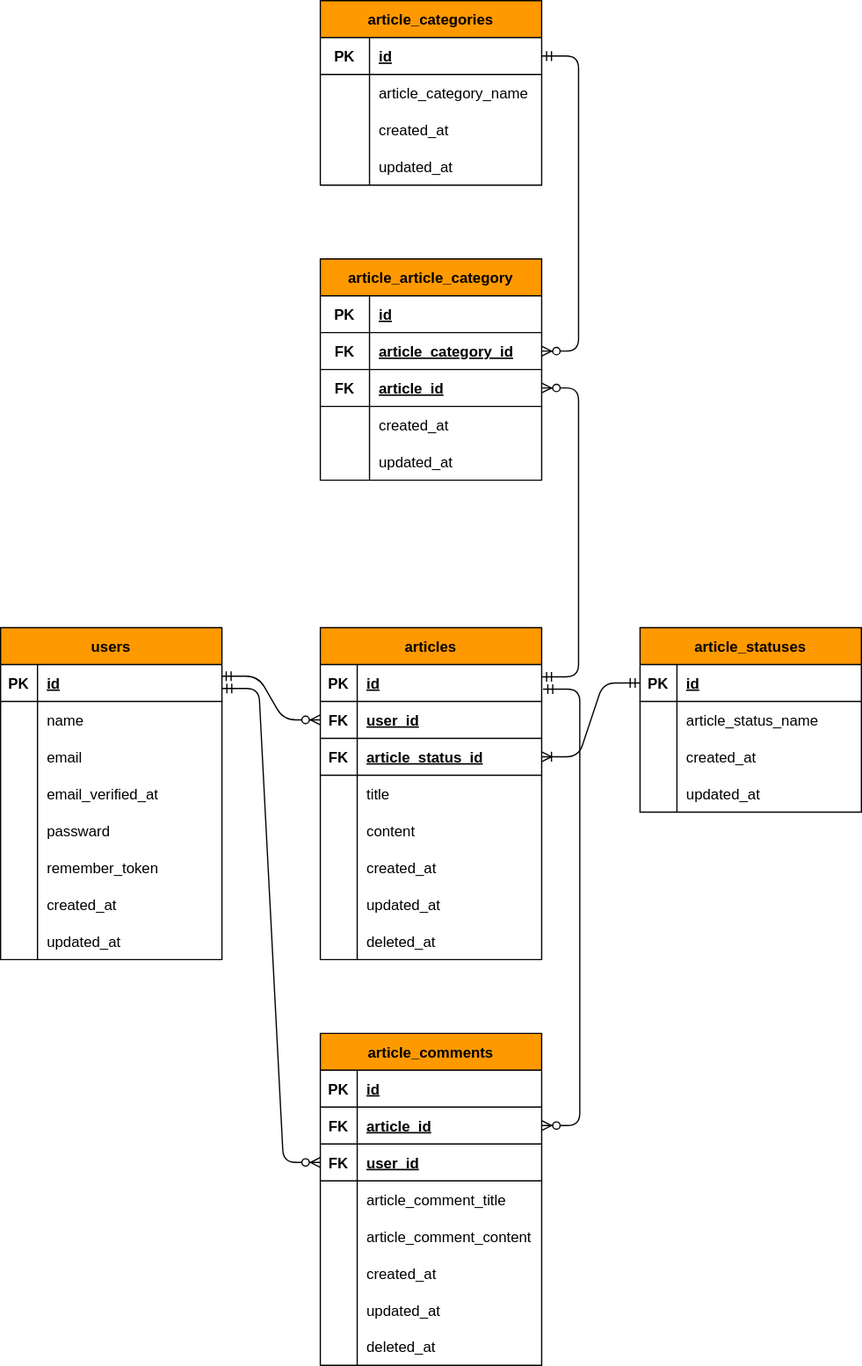
ryosuke1256/CommunityServiceTemplateDDD-Laravel keeps this draw.io diagram as docs/erd.svg. Above is the earlier version. Source tidied: cells renumbered, new cells last; positions are measured from the earlier drawing's top-left corner, leaving out a move shared by most shapes.
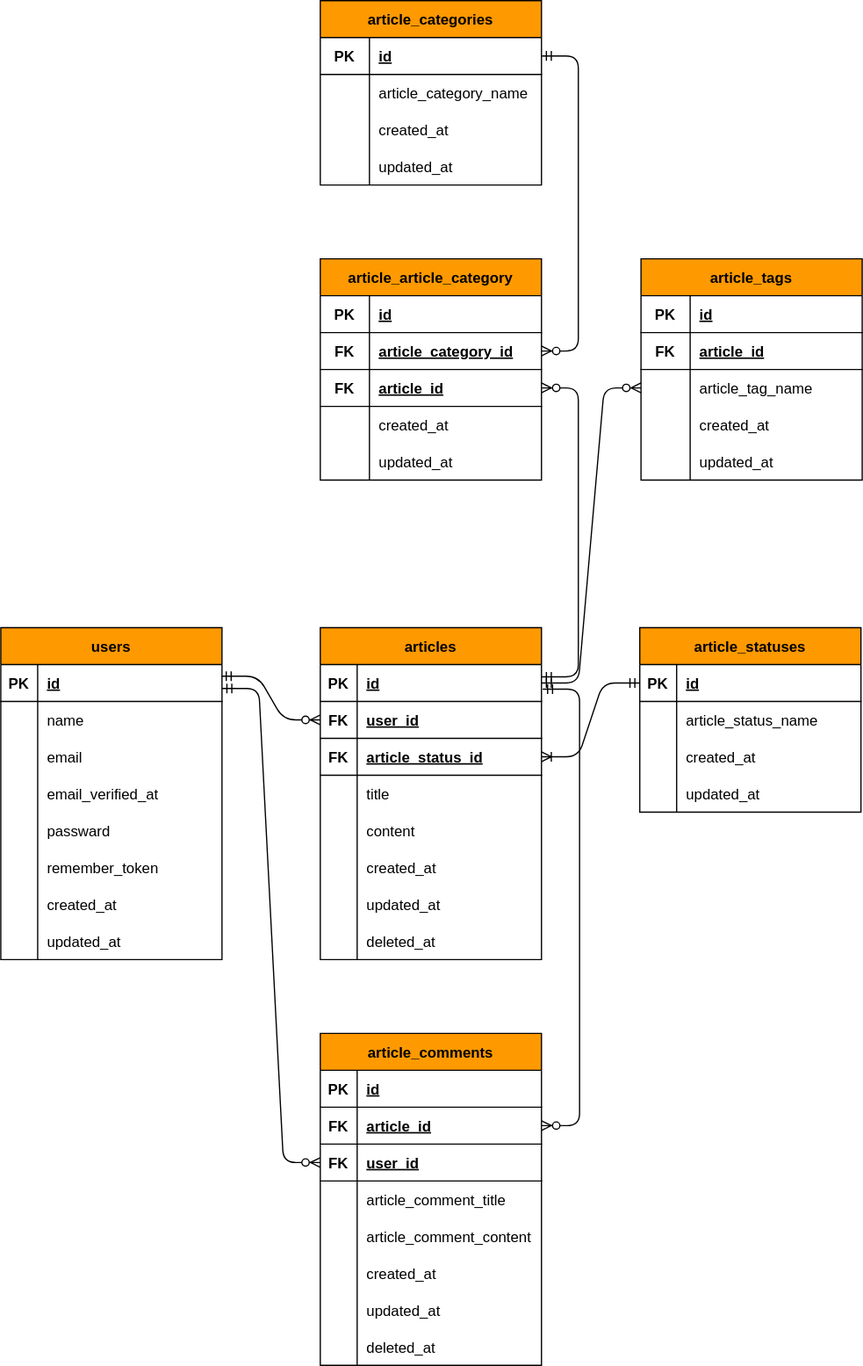
After the commit.

Diff of the diagram source:
```diff
@@ -377,5 +377,56 @@
         <mxPoint x="441" y="560" as="sourcePoint" />
       </mxGeometry>
     </mxCell>
+    <mxCell id="125" value="article_tags" style="shape=table;startSize=30;rowLines=0;fontStyle=1;align=center;fillColor=#FF9900;fontColor=#000000;" parent="1" vertex="1">
+      <mxGeometry x="521" y="210" width="180" height="180" as="geometry" />
+    </mxCell>
+    <mxCell id="126" style="shape=partialRectangle;fillColor=none;top=0;left=0;bottom=1;right=0;" parent="125" vertex="1">
+      <mxGeometry y="30" width="180" height="30" as="geometry" />
+    </mxCell>
+    <mxCell id="127" value="PK" style="shape=partialRectangle;fillColor=none;top=0;left=0;bottom=0;right=0;fontStyle=1;overflow=hidden;" parent="126" vertex="1">
+      <mxGeometry width="40" height="30" as="geometry" />
+    </mxCell>
+    <mxCell id="128" value="id" style="shape=partialRectangle;fillColor=none;top=0;left=0;bottom=0;right=0;align=left;spacingLeft=6;fontStyle=5;overflow=hidden;" parent="126" vertex="1">
+      <mxGeometry x="40" width="140" height="30" as="geometry" />
+    </mxCell>
+    <mxCell id="129" style="shape=partialRectangle;fillColor=none;top=0;left=0;bottom=1;right=0;" parent="125" vertex="1">
+      <mxGeometry y="60" width="180" height="30" as="geometry" />
+    </mxCell>
+    <mxCell id="130" value="FK" style="shape=partialRectangle;fillColor=none;top=0;left=0;bottom=0;right=0;fontStyle=1;overflow=hidden;" parent="129" vertex="1">
+      <mxGeometry width="40" height="30" as="geometry" />
+    </mxCell>
+    <mxCell id="131" value="article_id" style="shape=partialRectangle;fillColor=none;top=0;left=0;bottom=0;right=0;align=left;spacingLeft=6;fontStyle=5;overflow=hidden;" parent="129" vertex="1">
+      <mxGeometry x="40" width="140" height="30" as="geometry" />
+    </mxCell>
+    <mxCell id="132" style="shape=partialRectangle;fillColor=none;top=0;left=0;bottom=0;right=0;points=[[0,0.5],[1,0.5]];portConstraint=eastwest;" parent="125" vertex="1">
+      <mxGeometry y="90" width="180" height="30" as="geometry" />
+    </mxCell>
+    <mxCell id="133" style="shape=partialRectangle;fillColor=none;top=0;left=0;bottom=0;right=0;overflow=hidden;" parent="132" vertex="1">
+      <mxGeometry width="40" height="30" as="geometry" />
+    </mxCell>
+    <mxCell id="134" value="article_tag_name" style="shape=partialRectangle;fillColor=none;top=0;left=0;bottom=0;right=0;align=left;spacingLeft=6;overflow=hidden;" parent="132" vertex="1">
+      <mxGeometry x="40" width="140" height="30" as="geometry" />
+    </mxCell>
+    <mxCell id="135" style="shape=partialRectangle;fillColor=none;top=0;left=0;bottom=0;right=0;" parent="125" vertex="1">
+      <mxGeometry y="120" width="180" height="30" as="geometry" />
+    </mxCell>
+    <mxCell id="136" style="shape=partialRectangle;fillColor=none;top=0;left=0;bottom=0;right=0;overflow=hidden;" parent="135" vertex="1">
+      <mxGeometry width="40" height="30" as="geometry" />
+    </mxCell>
+    <mxCell id="137" value="created_at" style="shape=partialRectangle;fillColor=none;top=0;left=0;bottom=0;right=0;align=left;spacingLeft=6;overflow=hidden;" parent="135" vertex="1">
+      <mxGeometry x="40" width="140" height="30" as="geometry" />
+    </mxCell>
+    <mxCell id="138" style="shape=partialRectangle;fillColor=none;top=0;left=0;bottom=0;right=0;" parent="125" vertex="1">
+      <mxGeometry y="150" width="180" height="30" as="geometry" />
+    </mxCell>
+    <mxCell id="139" style="shape=partialRectangle;fillColor=none;top=0;left=0;bottom=0;right=0;overflow=hidden;" parent="138" vertex="1">
+      <mxGeometry width="40" height="30" as="geometry" />
+    </mxCell>
+    <mxCell id="140" value="updated_at" style="shape=partialRectangle;fillColor=none;top=0;left=0;bottom=0;right=0;align=left;spacingLeft=6;overflow=hidden;" parent="138" vertex="1">
+      <mxGeometry x="40" width="140" height="30" as="geometry" />
+    </mxCell>
+    <mxCell id="141" style="edgeStyle=entityRelationEdgeStyle;fontSize=12;html=1;endArrow=ERzeroToMany;startArrow=ERmandOne;entryX=0;entryY=0.5;entryDx=0;entryDy=0;exitX=1;exitY=0.5;exitDx=0;exitDy=0;" parent="1" edge="1" source="28" target="132">
+      <mxGeometry relative="1" as="geometry" />
+    </mxCell>
   </root>
 </mxGraphModel>
```
